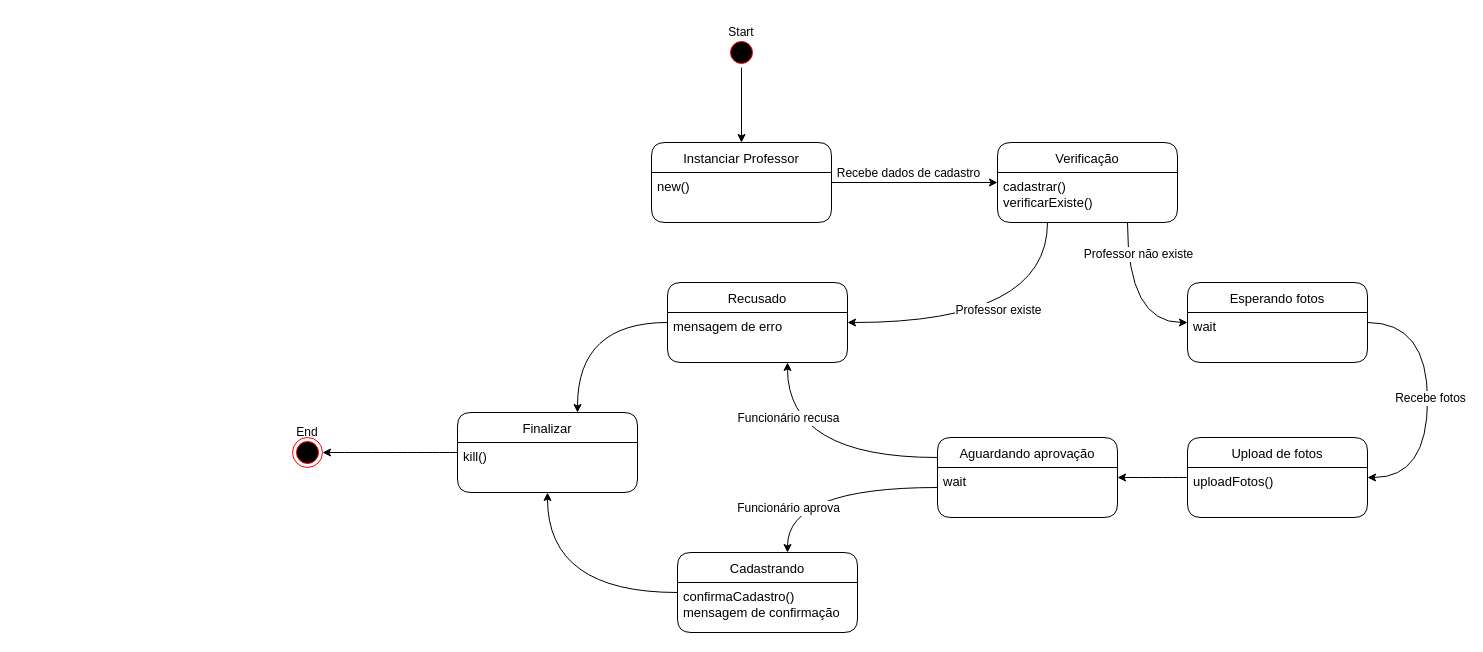
Before: diagramaEstados/EstadosProfessor.drawio in EijiDogen/BrainForHire, a draw.io diagram. Source tidied: cells renumbered, new cells numbered last; positions are measured from the earlier drawing's top-left corner, leaving out a move shared by most shapes. Both pictures are drawn from the tidied source at 100%, with x=0, y=0 at pixel (277, 17).
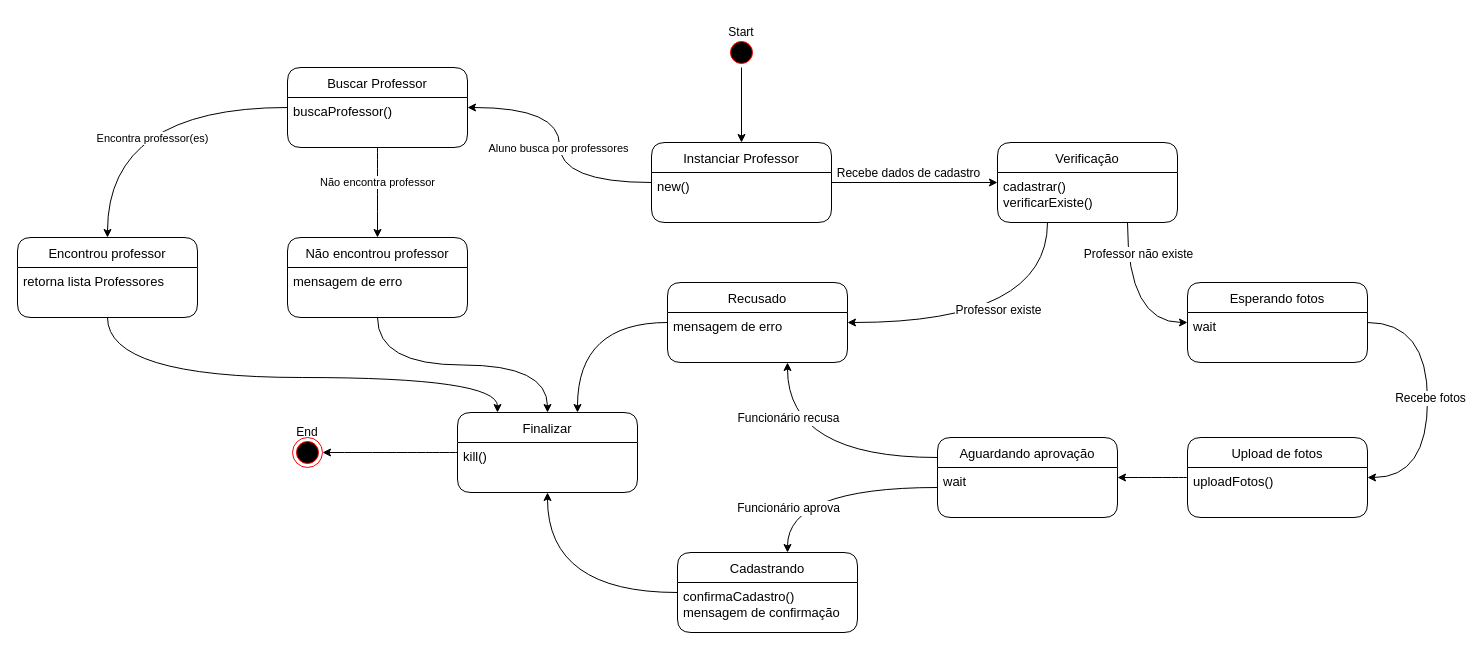
After the change.

The change refers to these unchanged cells:
```xml
<mxCell id="4" value="Instanciar Professor" style="swimlane;fontStyle=0;horizontal=1;startSize=30;rounded=1;fontSize=13;" parent="1" vertex="1">
  <mxGeometry x="374" y="125" width="180" height="80" as="geometry" />
</mxCell>
<mxCell id="37" value="Finalizar" style="swimlane;fontStyle=0;horizontal=1;startSize=30;rounded=1;fontSize=13;" parent="1" vertex="1">
  <mxGeometry x="180" y="395" width="180" height="80" as="geometry" />
</mxCell>
```

What changed in the source:
```diff
@@
+    <mxCell id="41" style="edgeStyle=orthogonalEdgeStyle;rounded=0;jettySize=auto;html=1;curved=1;" parent="1" edge="1" source="4" target="47">
+      <mxGeometry relative="1" as="geometry" />
+    </mxCell>
+    <mxCell id="42" value="Aluno busca por professores" style="edgeLabel;html=1;align=center;verticalAlign=middle;" parent="41" vertex="1">
+      <mxGeometry x="-0.12" y="1" relative="1" as="geometry">
+        <mxPoint x="-1" y="-13" as="offset" />
+      </mxGeometry>
+    </mxCell>
@@
+    <mxCell id="43" style="edgeStyle=orthogonalEdgeStyle;curved=1;rounded=0;jettySize=auto;html=1;" parent="1" edge="1" source="47" target="50">
+      <mxGeometry relative="1" as="geometry" />
+    </mxCell>
+    <mxCell id="44" value="Encontra professor(es)" style="edgeLabel;html=1;align=center;verticalAlign=middle;" parent="43" vertex="1">
+      <mxGeometry x="-0.12" y="30" relative="1" as="geometry" />
+    </mxCell>
+    <mxCell id="45" style="edgeStyle=orthogonalEdgeStyle;curved=1;rounded=0;jettySize=auto;html=1;" parent="1" edge="1" source="47" target="53">
+      <mxGeometry relative="1" as="geometry" />
+    </mxCell>
+    <mxCell id="46" value="Não encontra professor" style="edgeLabel;html=1;align=center;verticalAlign=middle;" parent="45" vertex="1">
+      <mxGeometry x="-0.25" y="-1" relative="1" as="geometry" />
+    </mxCell>
+    <mxCell id="47" value="Buscar Professor" style="swimlane;fontStyle=0;horizontal=1;startSize=30;rounded=1;fontSize=13;" parent="1" vertex="1">
+      <mxGeometry x="10" y="50" width="180" height="80" as="geometry" />
+    </mxCell>
+    <mxCell id="48" value="buscaProfessor()" style="text;strokeColor=none;fillColor=none;align=left;verticalAlign=top;spacingLeft=4;spacingRight=4;overflow=hidden;fontSize=13;" parent="47" vertex="1">
+      <mxGeometry y="30" width="180" height="50" as="geometry" />
+    </mxCell>
+    <mxCell id="49" style="edgeStyle=orthogonalEdgeStyle;curved=1;rounded=0;jettySize=auto;html=1;" parent="1" edge="1" source="50" target="37">
+      <mxGeometry relative="1" as="geometry">
+        <Array as="points">
+          <mxPoint x="-170" y="360" />
+          <mxPoint x="220" y="360" />
+        </Array>
+      </mxGeometry>
+    </mxCell>
+    <mxCell id="50" value="Encontrou professor" style="swimlane;fontStyle=0;horizontal=1;startSize=30;rounded=1;fontSize=13;" parent="1" vertex="1">
+      <mxGeometry x="-260" y="220" width="180" height="80" as="geometry" />
+    </mxCell>
+    <mxCell id="51" value="retorna lista Professores" style="text;strokeColor=none;fillColor=none;align=left;verticalAlign=top;spacingLeft=4;spacingRight=4;overflow=hidden;fontSize=13;" parent="50" vertex="1">
+      <mxGeometry y="30" width="180" height="50" as="geometry" />
+    </mxCell>
+    <mxCell id="52" style="edgeStyle=orthogonalEdgeStyle;curved=1;rounded=0;jettySize=auto;html=1;" parent="1" edge="1" source="53" target="37">
+      <mxGeometry relative="1" as="geometry" />
+    </mxCell>
+    <mxCell id="53" value="Não encontrou professor" style="swimlane;fontStyle=0;horizontal=1;startSize=30;rounded=1;fontSize=13;" parent="1" vertex="1">
+      <mxGeometry x="10" y="220" width="180" height="80" as="geometry" />
+    </mxCell>
+    <mxCell id="54" value="mensagem de erro" style="text;strokeColor=none;fillColor=none;align=left;verticalAlign=top;spacingLeft=4;spacingRight=4;overflow=hidden;fontSize=13;" parent="53" vertex="1">
+      <mxGeometry y="30" width="180" height="50" as="geometry" />
+    </mxCell>
```
